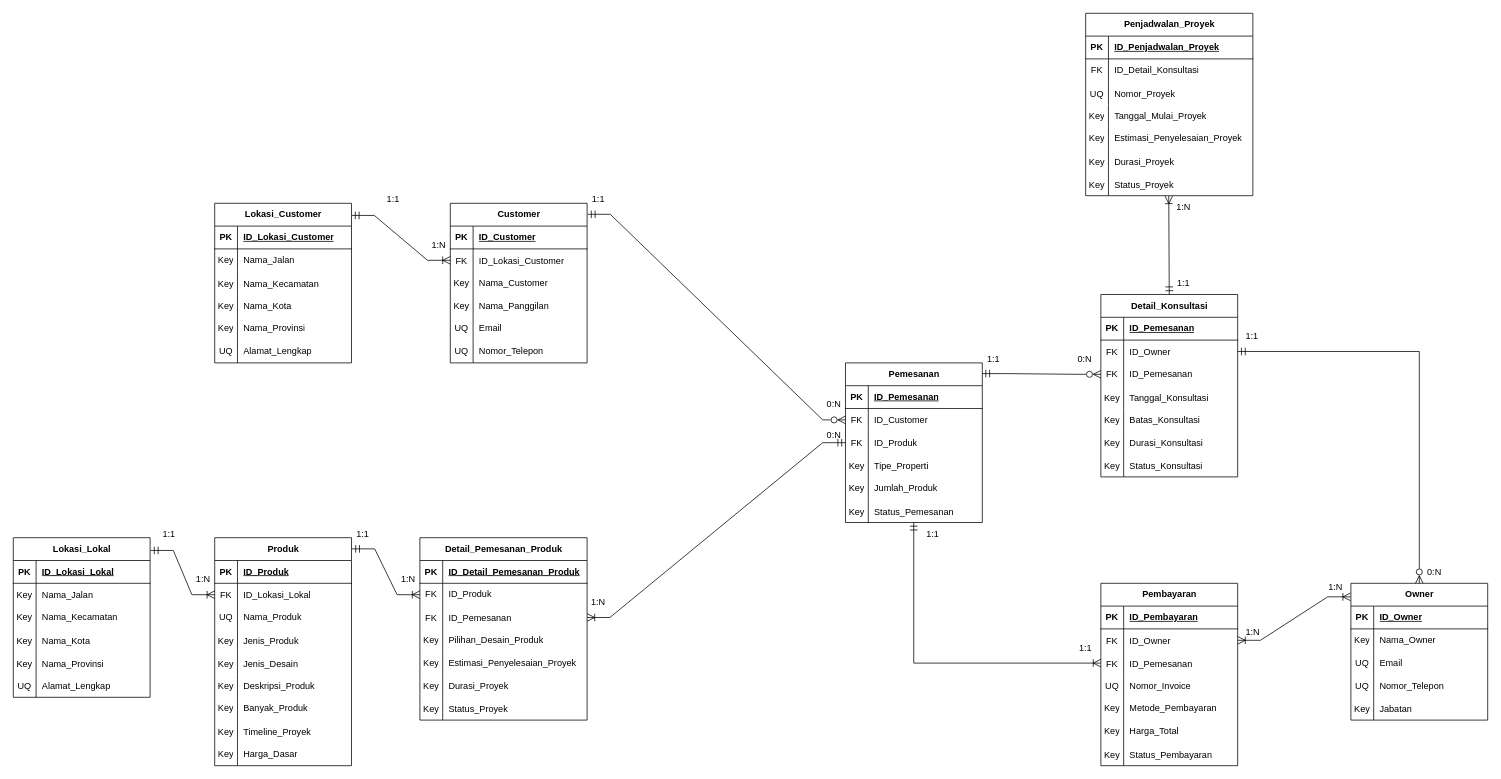
King-Ag-Jv/Project-Atrem keeps this draw.io diagram as page "Revisi-2" (2 of 2) of sistem-kitchen-set-interior.drawio. Above is the earlier version. Source tidied: cells renumbered, new cells numbered last; positions are measured from the earlier drawing's top-left corner, leaving out a move shared by most shapes. Both pictures are drawn from the tidied source at 76%, with x=0, y=0 at pixel (13, 13).
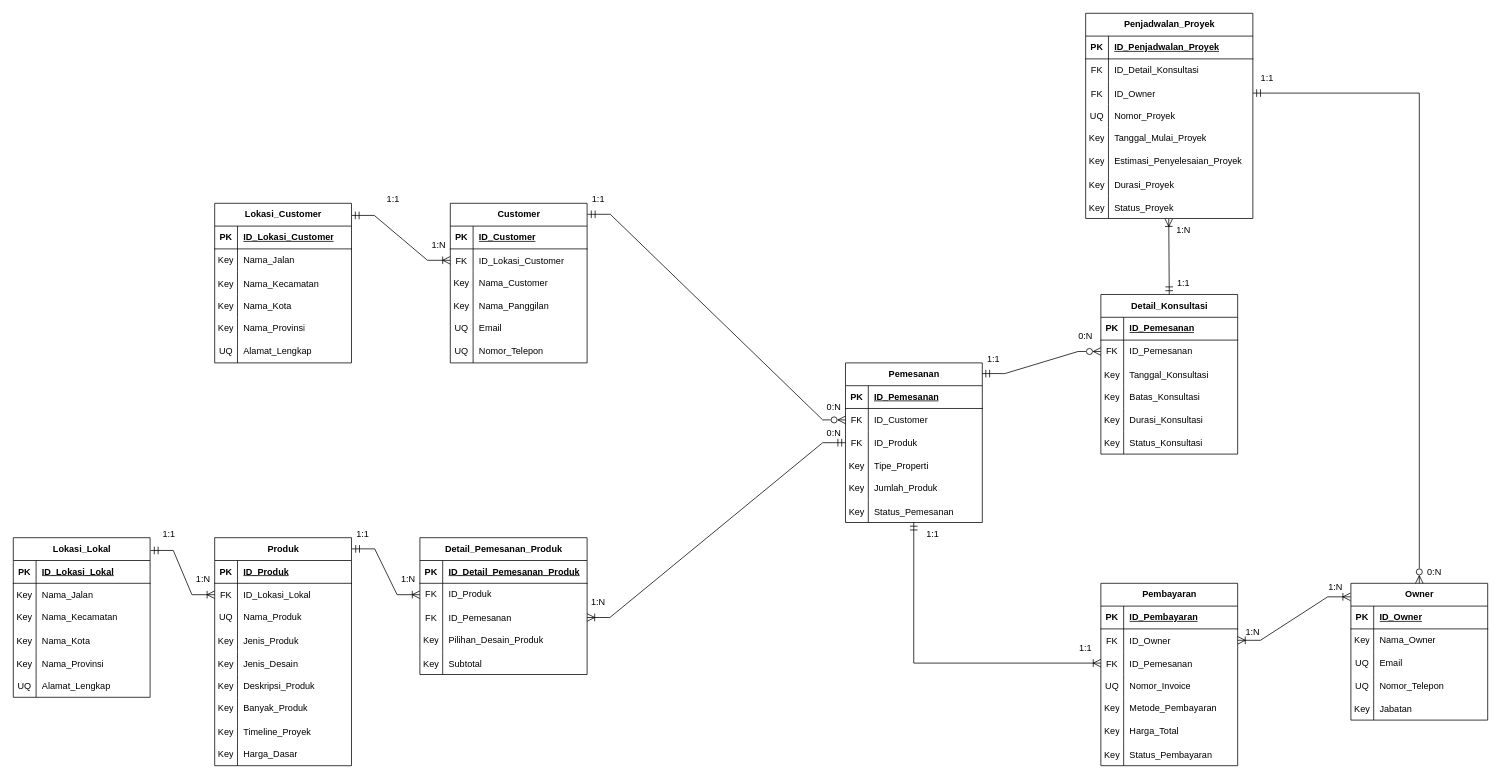
The same page after the edit.

What changed in the source:
```diff
@@
     <mxCell id="87" value="Detail_Pemesanan_Produk" style="shape=table;startSize=30;childLayout=tableLayout;rowLines=0;fontStyle=1;align=center;html=1;" parent="1" vertex="1">
-      <mxGeometry x="535" y="690" width="220" height="240" as="geometry" />
+      <mxGeometry x="535" y="690" width="220" height="180" as="geometry" />
     </mxCell>
@@
-    <mxCell id="100" style="shape=tableRow;horizontal=0;startSize=0;swimlaneHead=0;swimlaneBody=0;fillColor=none;top=0;left=0;right=0;bottom=0;" parent="87" vertex="1">
-      <mxGeometry y="150" width="220" height="30" as="geometry" />
-    </mxCell>
-    <mxCell id="101" value="Key" style="shape=partialRectangle;fillColor=none;top=0;left=0;bottom=0;right=0;overflow=hidden;whiteSpace=wrap;html=1;" parent="100" vertex="1">
-      <mxGeometry width="30" height="30" as="geometry" />
-    </mxCell>
-    <mxCell id="102" value="Estimasi_Penyelesaian_Proyek" style="shape=partialRectangle;fillColor=none;top=0;left=0;bottom=0;right=0;align=left;spacingLeft=6;overflow=hidden;whiteSpace=wrap;html=1;" parent="100" vertex="1">
-      <mxGeometry x="30" width="190" height="30" as="geometry" />
-    </mxCell>
     <mxCell id="103" style="shape=tableRow;horizontal=0;startSize=0;swimlaneHead=0;swimlaneBody=0;fillColor=none;top=0;left=0;right=0;bottom=0;" parent="87" vertex="1">
-      <mxGeometry y="180" width="220" height="30" as="geometry" />
+      <mxGeometry y="150" width="220" height="30" as="geometry" />
     </mxCell>
@@
-    <mxCell id="105" value="Durasi_Proyek" style="shape=partialRectangle;fillColor=none;top=0;left=0;bottom=0;right=0;align=left;spacingLeft=6;overflow=hidden;" parent="103" vertex="1">
+    <mxCell id="105" value="Subtotal" style="shape=partialRectangle;fillColor=none;top=0;left=0;bottom=0;right=0;align=left;spacingLeft=6;overflow=hidden;" parent="103" vertex="1">
       <mxGeometry x="30" width="190" height="30" as="geometry" />
     </mxCell>
-    <mxCell id="106" style="shape=tableRow;horizontal=0;startSize=0;swimlaneHead=0;swimlaneBody=0;fillColor=none;top=0;left=0;right=0;bottom=0;" parent="87" vertex="1">
-      <mxGeometry y="210" width="220" height="30" as="geometry" />
-    </mxCell>
-    <mxCell id="107" value="Key" style="shape=partialRectangle;fillColor=none;top=0;left=0;bottom=0;right=0;overflow=hidden;" parent="106" vertex="1">
-      <mxGeometry width="30" height="30" as="geometry" />
-    </mxCell>
-    <mxCell id="108" value="Status_Proyek" style="shape=partialRectangle;fillColor=none;top=0;left=0;bottom=0;right=0;align=left;spacingLeft=6;overflow=hidden;" parent="106" vertex="1">
-      <mxGeometry x="30" width="190" height="30" as="geometry" />
-    </mxCell>
@@
     <mxCell id="128" value="Detail_Konsultasi" style="shape=table;startSize=30;childLayout=tableLayout;rowLines=0;fontStyle=1;align=center;html=1;" parent="1" vertex="1">
-      <mxGeometry x="1431" y="370" width="180" height="240" as="geometry" />
+      <mxGeometry x="1431" y="370" width="180" height="210" as="geometry" />
     </mxCell>
@@
-    <mxCell id="132" style="shape=tableRow;horizontal=0;startSize=0;swimlaneHead=0;swimlaneBody=0;fillColor=none;points=[[0,0.5],[1,0.5]];portConstraint=eastwest;top=0;left=0;right=0;bottom=0;" parent="128" vertex="1">
-      <mxGeometry y="60" width="180" height="30" as="geometry" />
-    </mxCell>
-    <mxCell id="133" value="FK" style="shape=partialRectangle;fillColor=none;top=0;left=0;bottom=0;right=0;overflow=hidden;" parent="132" vertex="1">
-      <mxGeometry width="30" height="30" as="geometry" />
-    </mxCell>
-    <mxCell id="134" value="ID_Owner" style="shape=partialRectangle;fillColor=none;top=0;left=0;bottom=0;right=0;align=left;spacingLeft=6;overflow=hidden;" parent="132" vertex="1">
-      <mxGeometry x="30" width="150" height="30" as="geometry" />
-    </mxCell>
     <mxCell id="135" style="shape=tableRow;horizontal=0;startSize=0;swimlaneHead=0;swimlaneBody=0;fillColor=none;points=[[0,0.5],[1,0.5]];portConstraint=eastwest;top=0;left=0;right=0;bottom=0;" parent="128" vertex="1">
-      <mxGeometry y="90" width="180" height="30" as="geometry" />
+      <mxGeometry y="60" width="180" height="30" as="geometry" />
     </mxCell>
@@
     <mxCell id="138" style="shape=tableRow;horizontal=0;startSize=0;swimlaneHead=0;swimlaneBody=0;fillColor=none;top=0;left=0;right=0;bottom=0;" parent="128" vertex="1">
-      <mxGeometry y="120" width="180" height="30" as="geometry" />
+      <mxGeometry y="90" width="180" height="30" as="geometry" />
     </mxCell>
@@
     <mxCell id="141" style="shape=tableRow;horizontal=0;startSize=0;swimlaneHead=0;swimlaneBody=0;fillColor=none;top=0;left=0;right=0;bottom=0;" parent="128" vertex="1">
-      <mxGeometry y="150" width="180" height="30" as="geometry" />
+      <mxGeometry y="120" width="180" height="30" as="geometry" />
     </mxCell>
@@
     <mxCell id="144" style="shape=tableRow;horizontal=0;startSize=0;swimlaneHead=0;swimlaneBody=0;fillColor=none;top=0;left=0;right=0;bottom=0;" parent="128" vertex="1">
-      <mxGeometry y="180" width="180" height="30" as="geometry" />
+      <mxGeometry y="150" width="180" height="30" as="geometry" />
     </mxCell>
@@
     <mxCell id="147" style="shape=tableRow;horizontal=0;startSize=0;swimlaneHead=0;swimlaneBody=0;fillColor=none;top=0;left=0;right=0;bottom=0;" parent="128" vertex="1">
-      <mxGeometry y="210" width="180" height="30" as="geometry" />
+      <mxGeometry y="180" width="180" height="30" as="geometry" />
     </mxCell>
@@
     <mxCell id="202" value="0:N" style="text;html=1;whiteSpace=wrap;strokeColor=none;fillColor=none;align=center;verticalAlign=middle;rounded=0;" parent="1" vertex="1">
-      <mxGeometry x="1050" y="500" width="60" height="30" as="geometry" />
+      <mxGeometry x="1050" y="503" width="60" height="30" as="geometry" />
     </mxCell>
     <mxCell id="203" value="0:N" style="text;html=1;whiteSpace=wrap;strokeColor=none;fillColor=none;align=center;verticalAlign=middle;rounded=0;" parent="1" vertex="1">
-      <mxGeometry x="1050" y="540" width="60" height="30" as="geometry" />
+      <mxGeometry x="1050" y="538" width="60" height="30" as="geometry" />
     </mxCell>
@@
     <mxCell id="205" value="0:N" style="text;html=1;whiteSpace=wrap;strokeColor=none;fillColor=none;align=center;verticalAlign=middle;rounded=0;" parent="1" vertex="1">
-      <mxGeometry x="1380" y="440" width="60" height="30" as="geometry" />
+      <mxGeometry x="1381" y="410" width="60" height="30" as="geometry" />
     </mxCell>
@@
     <mxCell id="211" value="1:1" style="text;html=1;whiteSpace=wrap;strokeColor=none;fillColor=none;align=center;verticalAlign=middle;rounded=0;" parent="1" vertex="1">
-      <mxGeometry x="1600" y="410" width="60" height="30" as="geometry" />
+      <mxGeometry x="1620" y="70" width="60" height="30" as="geometry" />
     </mxCell>
@@
     <mxCell id="215" value="Penjadwalan_Proyek" style="shape=table;startSize=30;childLayout=tableLayout;rowLines=0;fontStyle=1;align=center;html=1;" parent="1" vertex="1">
-      <mxGeometry x="1411" width="220" height="240" as="geometry" />
+      <mxGeometry x="1411" width="220" height="270" as="geometry" />
     </mxCell>
@@
+    <mxCell id="132" style="shape=tableRow;horizontal=0;startSize=0;swimlaneHead=0;swimlaneBody=0;fillColor=none;points=[[0,0.5],[1,0.5]];portConstraint=eastwest;top=0;left=0;right=0;bottom=0;" parent="215" vertex="1">
+      <mxGeometry y="90" width="220" height="30" as="geometry" />
+    </mxCell>
+    <mxCell id="133" value="FK" style="shape=partialRectangle;fillColor=none;top=0;left=0;bottom=0;right=0;overflow=hidden;" parent="132" vertex="1">
+      <mxGeometry width="30" height="30" as="geometry" />
+    </mxCell>
+    <mxCell id="134" value="ID_Owner" style="shape=partialRectangle;fillColor=none;top=0;left=0;bottom=0;right=0;align=left;spacingLeft=6;overflow=hidden;" parent="132" vertex="1">
+      <mxGeometry x="30" width="190" height="30" as="geometry" />
+    </mxCell>
     <mxCell id="222" style="shape=tableRow;horizontal=0;startSize=0;swimlaneHead=0;swimlaneBody=0;fillColor=none;top=0;left=0;right=0;bottom=0;" parent="215" vertex="1">
-      <mxGeometry y="90" width="220" height="30" as="geometry" />
+      <mxGeometry y="120" width="220" height="30" as="geometry" />
     </mxCell>
@@
     <mxCell id="225" style="shape=tableRow;horizontal=0;startSize=0;swimlaneHead=0;swimlaneBody=0;fillColor=none;top=0;left=0;right=0;bottom=0;" parent="215" vertex="1">
-      <mxGeometry y="120" width="220" height="30" as="geometry" />
+      <mxGeometry y="150" width="220" height="30" as="geometry" />
     </mxCell>
@@
     <mxCell id="228" style="shape=tableRow;horizontal=0;startSize=0;swimlaneHead=0;swimlaneBody=0;fillColor=none;top=0;left=0;right=0;bottom=0;" parent="215" vertex="1">
-      <mxGeometry y="150" width="220" height="30" as="geometry" />
+      <mxGeometry y="180" width="220" height="30" as="geometry" />
     </mxCell>
@@
     <mxCell id="231" style="shape=tableRow;horizontal=0;startSize=0;swimlaneHead=0;swimlaneBody=0;fillColor=none;top=0;left=0;right=0;bottom=0;" parent="215" vertex="1">
-      <mxGeometry y="180" width="220" height="30" as="geometry" />
+      <mxGeometry y="210" width="220" height="30" as="geometry" />
     </mxCell>
@@
     <mxCell id="234" style="shape=tableRow;horizontal=0;startSize=0;swimlaneHead=0;swimlaneBody=0;fillColor=none;points=[[0,0.5],[1,0.5]];portConstraint=eastwest;top=0;left=0;right=0;bottom=0;" parent="215" vertex="1">
-      <mxGeometry y="210" width="220" height="30" as="geometry" />
+      <mxGeometry y="240" width="220" height="30" as="geometry" />
     </mxCell>
@@
     <mxCell id="239" value="1:N" style="text;html=1;whiteSpace=wrap;strokeColor=none;fillColor=none;align=center;verticalAlign=middle;rounded=0;" parent="1" vertex="1">
-      <mxGeometry x="1510" y="240" width="60" height="30" as="geometry" />
+      <mxGeometry x="1510" y="270" width="60" height="30" as="geometry" />
     </mxCell>
```
